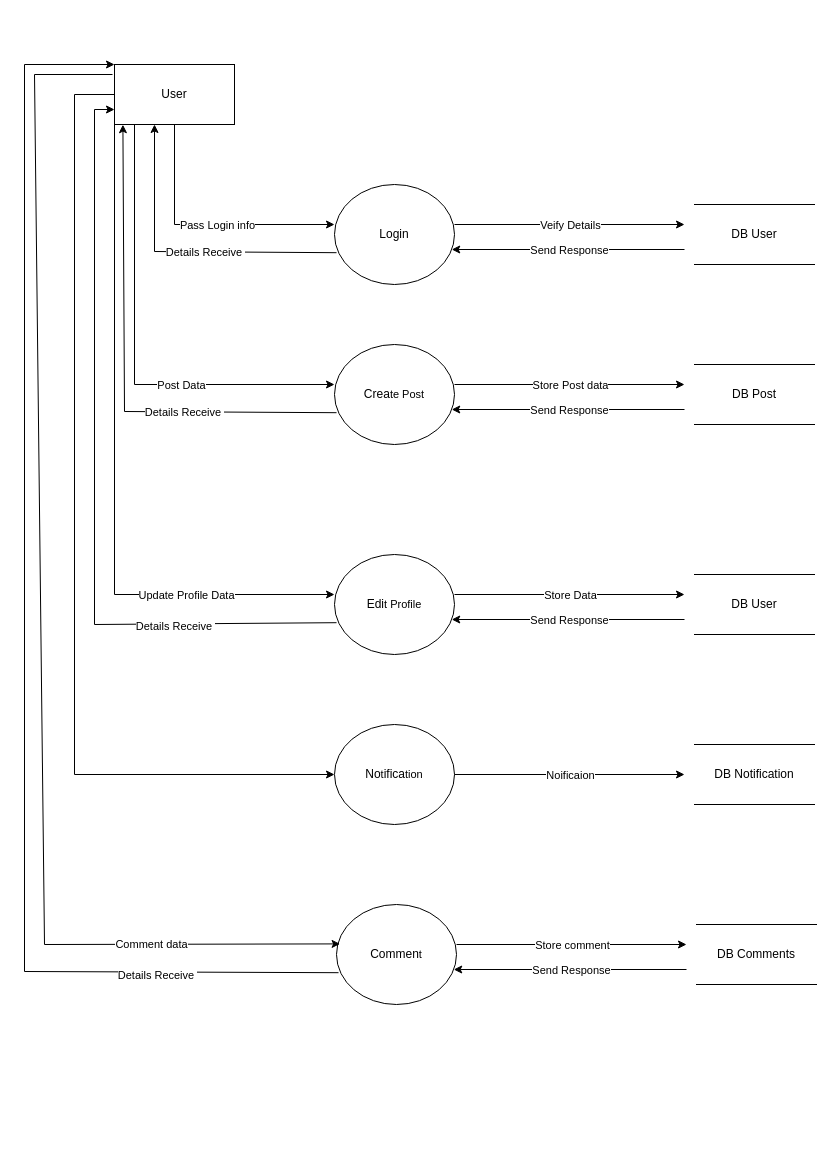
Above: 1stuser.drawio in aaary1/Flowchart (draw.io), before the change. Source tidied: cells renumbered, new cells numbered last; positions are measured from the earlier drawing's top-left corner, leaving out a move shared by most shapes. Both pictures are drawn from the tidied source at 100%, with x=0, y=0 at pixel (24, 64).
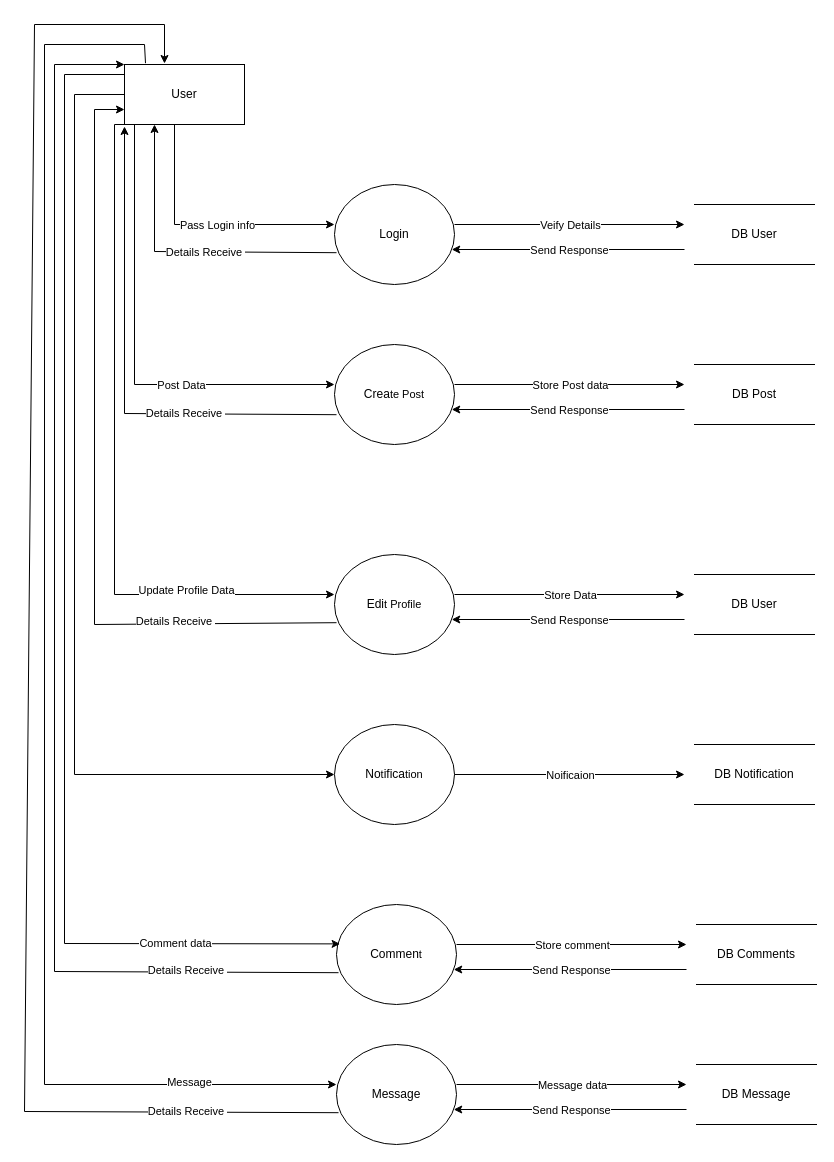
Above is the later version.

Unchanged cells that the change refers to:
```xml
<mxCell id="12" value="Crea&lt;span style=&quot;font-size: 11px; text-wrap: nowrap; background-color: rgb(255, 255, 255);&quot;&gt;te Pos&lt;/span&gt;&lt;span style=&quot;font-size: 11px; text-wrap: nowrap; background-color: rgb(255, 255, 255);&quot;&gt;t&lt;/span&gt;" style="ellipse;whiteSpace=wrap;html=1;" parent="1" vertex="1">
  <mxGeometry x="310" y="280" width="120" height="100" as="geometry" />
</mxCell>
<mxCell id="38" value="Commen&lt;span style=&quot;font-size: 11px; text-wrap: nowrap; background-color: rgb(255, 255, 255);&quot;&gt;t&lt;/span&gt;" style="ellipse;whiteSpace=wrap;html=1;" parent="1" vertex="1">
  <mxGeometry x="312" y="840" width="120" height="100" as="geometry" />
</mxCell>
```

Diff of the diagram source:
```diff
@@
     <mxCell id="2" value="User" style="rounded=0;whiteSpace=wrap;html=1;" parent="1" vertex="1">
-      <mxGeometry x="90" width="120" height="60" as="geometry" />
+      <mxGeometry x="100" width="120" height="60" as="geometry" />
     </mxCell>
@@
-    <mxCell id="17" style="endArrow=classic;html=1;rounded=0;entryX=0.07;entryY=1.003;entryDx=0;entryDy=0;entryPerimeter=0;exitX=0.017;exitY=0.682;exitDx=0;exitDy=0;exitPerimeter=0;" parent="1" edge="1" source="12" target="2">
+    <mxCell id="17" style="endArrow=classic;html=1;rounded=0;exitX=0.017;exitY=0.682;exitDx=0;exitDy=0;exitPerimeter=0;" parent="1" edge="1">
       <mxGeometry relative="1" as="geometry">
+        <mxPoint x="312" y="350.2" as="sourcePoint" />
+        <mxPoint x="100" y="62" as="targetPoint" />
         <Array as="points">
-          <mxPoint x="100" y="347" />
+          <mxPoint x="100" y="349" />
         </Array>
       </mxGeometry>
     </mxCell>
@@
     <mxCell id="22" style="endArrow=classic;html=1;rounded=0;entryX=0;entryY=0.5;entryDx=0;entryDy=0;exitX=0;exitY=1;exitDx=0;exitDy=0;" parent="1" edge="1" source="2">
       <mxGeometry relative="1" as="geometry">
         <mxPoint x="310" y="530" as="targetPoint" />
         <Array as="points">
+          <mxPoint x="90" y="60" />
           <mxPoint x="90" y="530" />
         </Array>
       </mxGeometry>
     </mxCell>
@@
     <mxCell id="39" style="endArrow=classic;html=1;rounded=0;entryX=0.03;entryY=0.394;entryDx=0;entryDy=0;entryPerimeter=0;" parent="1" edge="1" target="38">
       <mxGeometry relative="1" as="geometry">
-        <mxPoint x="88" y="10" as="sourcePoint" />
+        <mxPoint x="100" y="10" as="sourcePoint" />
         <Array as="points">
-          <mxPoint x="10" y="10" />
-          <mxPoint x="20" y="880" />
+          <mxPoint x="40" y="10" />
+          <mxPoint x="40" y="879" />
         </Array>
       </mxGeometry>
     </mxCell>
@@
     <mxCell id="43" style="endArrow=classic;html=1;rounded=0;entryX=0;entryY=0;entryDx=0;entryDy=0;exitX=0.017;exitY=0.682;exitDx=0;exitDy=0;exitPerimeter=0;" parent="1" edge="1" source="38" target="2">
       <mxGeometry relative="1" as="geometry">
         <Array as="points">
-          <mxPoint y="907" />
-          <mxPoint />
+          <mxPoint x="30" y="907" />
+          <mxPoint x="30" />
         </Array>
       </mxGeometry>
     </mxCell>
@@
+    <mxCell id="48" value="Message" style="ellipse;whiteSpace=wrap;html=1;" parent="1" vertex="1">
+      <mxGeometry x="312" y="980" width="120" height="100" as="geometry" />
+    </mxCell>
+    <mxCell id="49" style="endArrow=classic;html=1;rounded=0;entryX=0;entryY=0.5;entryDx=0;entryDy=0;exitX=0.175;exitY=-0.022;exitDx=0;exitDy=0;exitPerimeter=0;" parent="1" edge="1" source="2">
+      <mxGeometry relative="1" as="geometry">
+        <mxPoint x="312" y="1020" as="targetPoint" />
+        <Array as="points">
+          <mxPoint x="120" y="-20" />
+          <mxPoint x="20" y="-20" />
+          <mxPoint x="20" y="1020" />
+        </Array>
+      </mxGeometry>
+    </mxCell>
+    <mxCell id="50" value="Message" style="edgeLabel;html=1;align=center;verticalAlign=middle;" parent="49" vertex="1">
+      <mxGeometry relative="1" as="geometry">
+        <mxPoint x="144" y="431" as="offset" />
+      </mxGeometry>
+    </mxCell>
+    <mxCell id="51" style="endArrow=classic;html=1;rounded=0;entryX=0;entryY=0.5;entryDx=0;entryDy=0;exitX=1;exitY=0.5;exitDx=0;exitDy=0;" parent="1" edge="1">
+      <mxGeometry relative="1" as="geometry">
+        <mxPoint x="432" y="1020" as="sourcePoint" />
+        <mxPoint x="662" y="1020" as="targetPoint" />
+      </mxGeometry>
+    </mxCell>
+    <mxCell id="52" value="Message data" style="edgeLabel;html=1;align=center;verticalAlign=middle;" parent="51" vertex="1">
+      <mxGeometry relative="1" as="geometry" />
+    </mxCell>
+    <mxCell id="53" style="endArrow=classic;html=1;rounded=0;exitX=0.017;exitY=0.682;exitDx=0;exitDy=0;exitPerimeter=0;" parent="1" edge="1" source="48">
+      <mxGeometry relative="1" as="geometry">
+        <mxPoint x="140" y="-1" as="targetPoint" />
+        <Array as="points">
+          <mxPoint y="1047" />
+          <mxPoint x="10" y="-40" />
+          <mxPoint x="140" y="-40" />
+        </Array>
+      </mxGeometry>
+    </mxCell>
+    <mxCell id="54" value="Details Receive&amp;nbsp;" style="edgeLabel;html=1;align=center;verticalAlign=middle;" parent="53" vertex="1">
+      <mxGeometry relative="1" as="geometry">
+        <mxPoint x="158" y="470" as="offset" />
+      </mxGeometry>
+    </mxCell>
+    <mxCell id="55" style="endArrow=classic;html=1;rounded=0;entryX=0.977;entryY=0.65;entryDx=0;entryDy=0;entryPerimeter=0;exitX=0;exitY=0.75;exitDx=0;exitDy=0;" parent="1" edge="1" target="48">
+      <mxGeometry relative="1" as="geometry">
+        <mxPoint x="662" y="1045" as="sourcePoint" />
+      </mxGeometry>
+    </mxCell>
+    <mxCell id="56" value="Send Response" style="edgeLabel;html=1;align=center;verticalAlign=middle;" parent="55" vertex="1">
+      <mxGeometry relative="1" as="geometry" />
+    </mxCell>
+    <mxCell id="57" value="DB Message" style="shape=partialRectangle;whiteSpace=wrap;html=1;left=0;right=0;fillColor=none;" parent="1" vertex="1">
+      <mxGeometry x="672" y="1000" width="120" height="60" as="geometry" />
+    </mxCell>
```
